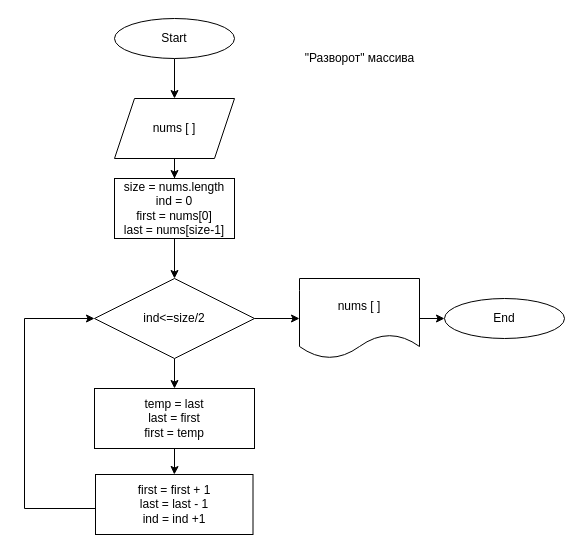
This is page "Разворот массива" (2 of 5) of diagrams/Семинар 2 - массивы.drawio from BayramoV88/study, a draw.io file, before an edit. Source tidied: cells renumbered, new cells numbered last; positions are measured from the earlier drawing's top-left corner, leaving out a move shared by most shapes. Both pictures are drawn from the tidied source at 100%, with x=0, y=0 at pixel (24, 18).
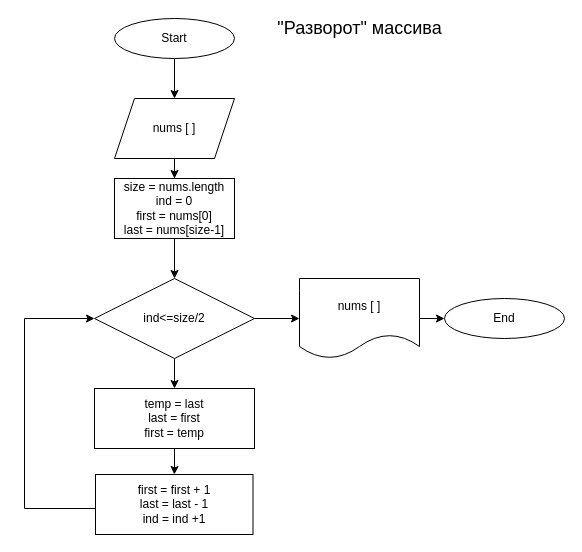
After the change.

Change to the diagram source:
```diff
@@
-    <mxCell id="8" value="&quot;Разворот&quot; массива" style="text;html=1;align=center;verticalAlign=middle;strokeColor=none;fillColor=none;" parent="1" vertex="1">
-      <mxGeometry x="275" y="30" width="120" height="20" as="geometry" />
+    <mxCell id="8" value="&lt;font style=&quot;font-size: 18px;&quot;&gt;&quot;Разворот&quot; массива&lt;/font&gt;" style="text;html=1;align=center;verticalAlign=middle;strokeColor=none;fillColor=none;" parent="1" vertex="1">
+      <mxGeometry x="245" width="180" height="20" as="geometry" />
     </mxCell>
```
